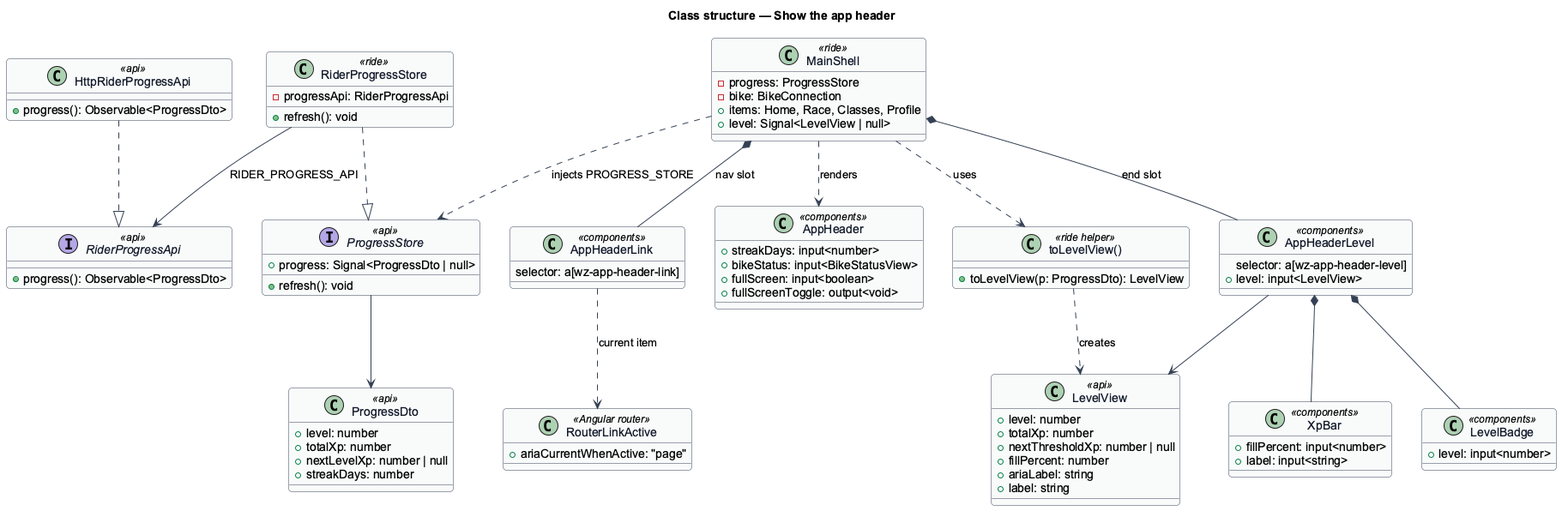
The PlantUML diagram docs/detailed-designs/home/show-the-app-header/diagrams/class-structure.png in QuinntyneBrown/ride-one, before a commit.
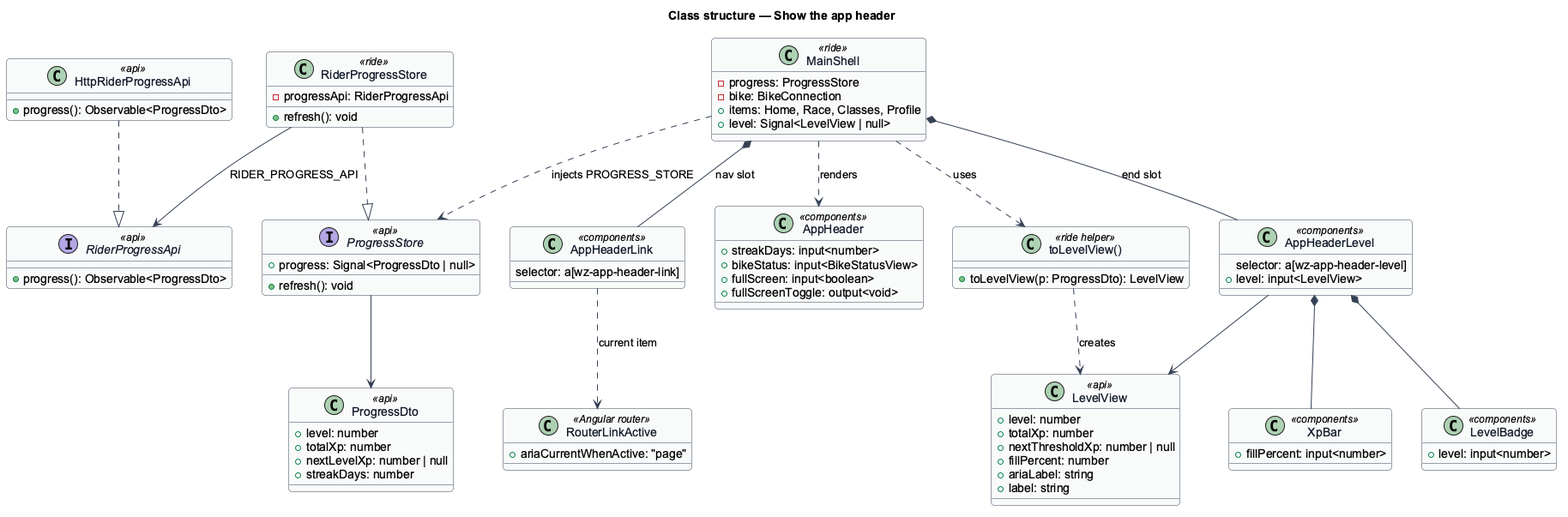
The same file after the commit.

Change to the diagram source:
```diff
@@ -65,7 +65,6 @@
 }
 class XpBar <<components>> {
   +fillPercent: input<number>
-  +label: input<string>
 }
 class "toLevelView()" as toLevelView <<ride helper>> {
   +toLevelView(p: ProgressDto): LevelView
```
